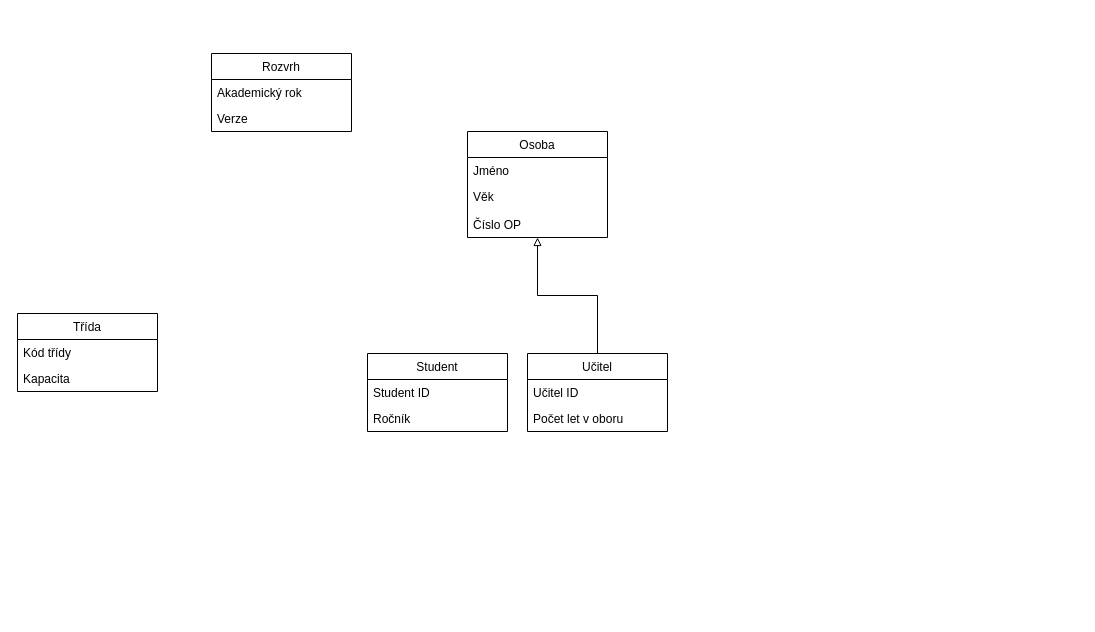
This is HW1/Diagram bez názvu.drawio from Cross-bit/NPRG036, a draw.io file, before an edit. Source tidied: cells renumbered, new cells numbered last; positions are measured from the earlier drawing's top-left corner, leaving out a move shared by most shapes. Both pictures are drawn from the tidied source at 100%, with x=0, y=0 at pixel (17, 53).
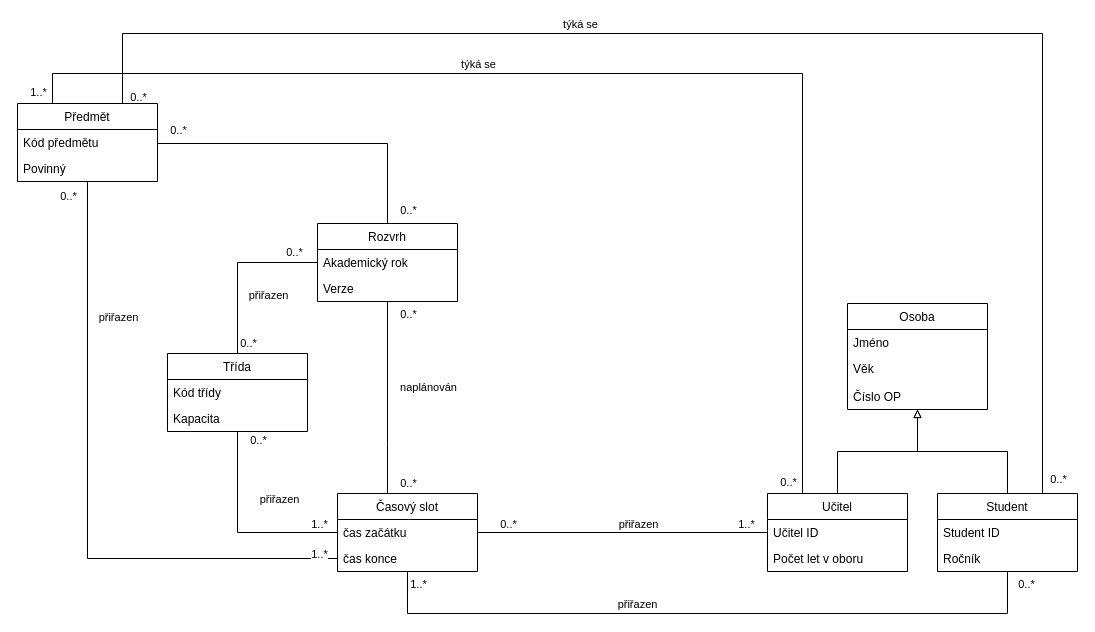
The same diagram, later.

The change refers to these unchanged cells:
```xml
<mxCell id="3" value="Akademický rok" style="text;strokeColor=none;fillColor=none;align=left;verticalAlign=top;spacingLeft=4;spacingRight=4;overflow=hidden;points=[[0,0.5],[1,0.5]];portConstraint=eastwest;" parent="2" vertex="1">
  <mxGeometry y="26" width="140" height="26" as="geometry" />
</mxCell>
```

Diff of the diagram source:
```diff
@@
+    <mxCell id="19" style="edgeStyle=orthogonalEdgeStyle;rounded=0;jettySize=auto;html=1;exitX=0.5;exitY=0;exitDx=0;exitDy=0;endArrow=none;endFill=0;" parent="1" edge="1" source="2" target="39">
+      <mxGeometry relative="1" as="geometry">
+        <Array as="points">
+          <mxPoint x="370" y="90" />
+        </Array>
+      </mxGeometry>
+    </mxCell>
+    <mxCell id="20" value="0..*" style="edgeLabel;html=1;align=center;verticalAlign=middle;" parent="19" vertex="1">
+      <mxGeometry x="0.85" y="-1" relative="1" as="geometry">
+        <mxPoint x="-3" y="-13" as="offset" />
+      </mxGeometry>
+    </mxCell>
+    <mxCell id="21" value="0..*" style="edgeLabel;html=1;align=center;verticalAlign=middle;" parent="19" vertex="1">
+      <mxGeometry x="-0.91" y="2" relative="1" as="geometry">
+        <mxPoint x="22" as="offset" />
+      </mxGeometry>
+    </mxCell>
     <mxCell id="2" value="Rozvrh" style="swimlane;fontStyle=0;horizontal=1;startSize=26;fillColor=none;" parent="1" vertex="1">
-      <mxGeometry x="194" width="140" height="78" as="geometry" />
+      <mxGeometry x="300" y="170" width="140" height="78" as="geometry" />
     </mxCell>
@@
     <mxCell id="5" value="Třída" style="swimlane;fontStyle=0;horizontal=1;startSize=26;fillColor=none;" parent="1" vertex="1">
-      <mxGeometry y="260" width="140" height="78" as="geometry" />
+      <mxGeometry x="150" y="300" width="140" height="78" as="geometry" />
     </mxCell>
@@
     <mxCell id="8" value="Osoba" style="swimlane;fontStyle=0;horizontal=1;startSize=26;fillColor=none;" parent="1" vertex="1">
-      <mxGeometry x="450" y="78" width="140" height="106" as="geometry" />
+      <mxGeometry x="830" y="250" width="140" height="106" as="geometry" />
     </mxCell>
@@
+    <mxCell id="22" style="edgeStyle=orthogonalEdgeStyle;rounded=0;jettySize=auto;html=1;exitX=0.5;exitY=0;exitDx=0;exitDy=0;endArrow=block;endFill=0;" parent="1" edge="1" source="12" target="8">
+      <mxGeometry relative="1" as="geometry" />
+    </mxCell>
+    <mxCell id="23" style="edgeStyle=orthogonalEdgeStyle;rounded=0;jettySize=auto;html=1;endArrow=none;endFill=0;" parent="1" edge="1" source="12" target="50">
+      <mxGeometry relative="1" as="geometry">
+        <Array as="points">
+          <mxPoint x="990" y="560" />
+          <mxPoint x="390" y="560" />
+        </Array>
+      </mxGeometry>
+    </mxCell>
+    <mxCell id="24" value="přiřazen" style="edgeLabel;html=1;align=center;verticalAlign=middle;" parent="23" vertex="1">
+      <mxGeometry x="0.22" y="1" relative="1" as="geometry">
+        <mxPoint x="4" y="-11" as="offset" />
+      </mxGeometry>
+    </mxCell>
+    <mxCell id="25" value="1..*" style="edgeLabel;html=1;align=center;verticalAlign=middle;" parent="23" vertex="1">
+      <mxGeometry x="0.86" y="5" relative="1" as="geometry">
+        <mxPoint x="4" y="-35" as="offset" />
+      </mxGeometry>
+    </mxCell>
+    <mxCell id="26" value="0..*" style="edgeLabel;html=1;align=center;verticalAlign=middle;" parent="23" vertex="1">
+      <mxGeometry x="-0.63" y="1" relative="1" as="geometry">
+        <mxPoint x="103" y="-31" as="offset" />
+      </mxGeometry>
+    </mxCell>
+    <mxCell id="27" style="edgeStyle=orthogonalEdgeStyle;rounded=0;jettySize=auto;html=1;exitX=0.75;exitY=0;exitDx=0;exitDy=0;entryX=0.75;entryY=0;entryDx=0;entryDy=0;endArrow=none;endFill=0;" parent="1" edge="1" source="12" target="39">
+      <mxGeometry relative="1" as="geometry">
+        <Array as="points">
+          <mxPoint x="1025" y="-20" />
+          <mxPoint x="105" y="-20" />
+        </Array>
+      </mxGeometry>
+    </mxCell>
+    <mxCell id="28" value="týká se" style="edgeLabel;html=1;align=center;verticalAlign=middle;" parent="27" vertex="1">
+      <mxGeometry x="0.28" y="-1" relative="1" as="geometry">
+        <mxPoint x="5" y="-9" as="offset" />
+      </mxGeometry>
+    </mxCell>
+    <mxCell id="29" value="0..*" style="edgeLabel;html=1;align=center;verticalAlign=middle;" parent="27" vertex="1">
+      <mxGeometry x="0.98" y="2" relative="1" as="geometry">
+        <mxPoint x="13" y="7" as="offset" />
+      </mxGeometry>
+    </mxCell>
+    <mxCell id="30" value="0..*" style="edgeLabel;html=1;align=center;verticalAlign=middle;" parent="27" vertex="1">
+      <mxGeometry x="-0.98" y="-2" relative="1" as="geometry">
+        <mxPoint x="13" as="offset" />
+      </mxGeometry>
+    </mxCell>
     <mxCell id="12" value="Student" style="swimlane;fontStyle=0;horizontal=1;startSize=26;fillColor=none;" parent="1" vertex="1">
-      <mxGeometry x="350" y="300" width="140" height="78" as="geometry" />
+      <mxGeometry x="920" y="440" width="140" height="78" as="geometry" />
     </mxCell>
@@
-    <mxCell id="15" style="edgeStyle=orthogonalEdgeStyle;rounded=0;jettySize=auto;html=1;exitX=0.5;exitY=0;exitDx=0;exitDy=0;endArrow=block;endFill=0;" parent="1" edge="1" source="16" target="8">
+    <mxCell id="15" style="edgeStyle=orthogonalEdgeStyle;rounded=0;jettySize=auto;html=1;endArrow=block;endFill=0;" parent="1" edge="1" source="16" target="8">
       <mxGeometry relative="1" as="geometry" />
     </mxCell>
+    <mxCell id="31" style="edgeStyle=orthogonalEdgeStyle;rounded=0;jettySize=auto;html=1;endArrow=none;endFill=0;" parent="1" edge="1" source="16" target="50">
+      <mxGeometry relative="1" as="geometry" />
+    </mxCell>
+    <mxCell id="32" value="0..*" style="edgeLabel;html=1;align=center;verticalAlign=middle;" parent="31" vertex="1">
+      <mxGeometry x="0.72" y="2" relative="1" as="geometry">
+        <mxPoint x="-11" y="-11" as="offset" />
+      </mxGeometry>
+    </mxCell>
+    <mxCell id="33" value="1..*" style="edgeLabel;html=1;align=center;verticalAlign=middle;" parent="31" vertex="1">
+      <mxGeometry x="-0.85" relative="1" as="geometry">
+        <mxPoint y="-9" as="offset" />
+      </mxGeometry>
+    </mxCell>
+    <mxCell id="34" value="přiřazen" style="edgeLabel;html=1;align=center;verticalAlign=middle;" parent="31" vertex="1">
+      <mxGeometry x="-0.14" relative="1" as="geometry">
+        <mxPoint x="-5" y="-9" as="offset" />
+      </mxGeometry>
+    </mxCell>
+    <mxCell id="35" style="edgeStyle=orthogonalEdgeStyle;rounded=0;jettySize=auto;html=1;exitX=0.25;exitY=0;exitDx=0;exitDy=0;entryX=0.25;entryY=0;entryDx=0;entryDy=0;endArrow=none;endFill=0;" parent="1" edge="1" source="16" target="39">
+      <mxGeometry relative="1" as="geometry">
+        <Array as="points">
+          <mxPoint x="785" y="20" />
+          <mxPoint x="35" y="20" />
+        </Array>
+      </mxGeometry>
+    </mxCell>
+    <mxCell id="36" value="týká se" style="edgeLabel;html=1;align=center;verticalAlign=middle;" parent="35" vertex="1">
+      <mxGeometry x="0.76" y="-3" relative="1" as="geometry">
+        <mxPoint x="311" y="-7" as="offset" />
+      </mxGeometry>
+    </mxCell>
+    <mxCell id="37" value="1..*" style="edgeLabel;html=1;align=center;verticalAlign=middle;" parent="35" vertex="1">
+      <mxGeometry x="0.95" y="-2" relative="1" as="geometry">
+        <mxPoint x="-13" y="18" as="offset" />
+      </mxGeometry>
+    </mxCell>
+    <mxCell id="38" value="0..*" style="edgeLabel;html=1;align=center;verticalAlign=middle;" parent="35" vertex="1">
+      <mxGeometry x="-0.98" y="3" relative="1" as="geometry">
+        <mxPoint x="-12" as="offset" />
+      </mxGeometry>
+    </mxCell>
     <mxCell id="16" value="Učitel" style="swimlane;fontStyle=0;horizontal=1;startSize=26;fillColor=none;" parent="1" vertex="1">
-      <mxGeometry x="510" y="300" width="140" height="78" as="geometry" />
+      <mxGeometry x="750" y="440" width="140" height="78" as="geometry" />
     </mxCell>
@@
+    <mxCell id="39" value="Předmět" style="swimlane;fontStyle=0;horizontal=1;startSize=26;fillColor=none;" parent="1" vertex="1">
+      <mxGeometry y="50" width="140" height="78" as="geometry" />
+    </mxCell>
+    <mxCell id="40" value="Kód předmětu" style="text;strokeColor=none;fillColor=none;align=left;verticalAlign=top;spacingLeft=4;spacingRight=4;overflow=hidden;" parent="39" vertex="1">
+      <mxGeometry y="26" width="140" height="26" as="geometry" />
+    </mxCell>
+    <mxCell id="41" value="Povinný" style="text;strokeColor=none;fillColor=none;align=left;verticalAlign=top;spacingLeft=4;spacingRight=4;overflow=hidden;" parent="39" vertex="1">
+      <mxGeometry y="52" width="140" height="26" as="geometry" />
+    </mxCell>
+    <mxCell id="42" style="edgeStyle=orthogonalEdgeStyle;rounded=0;jettySize=auto;html=1;endArrow=none;endFill=0;exitX=0;exitY=0.5;exitDx=0;exitDy=0;" parent="1" edge="1" source="52" target="39">
+      <mxGeometry relative="1" as="geometry" />
+    </mxCell>
+    <mxCell id="43" value="0..*" style="edgeLabel;html=1;align=center;verticalAlign=middle;" parent="42" vertex="1">
+      <mxGeometry x="0.95" y="1" relative="1" as="geometry">
+        <mxPoint x="-19" y="-2" as="offset" />
+      </mxGeometry>
+    </mxCell>
+    <mxCell id="44" value="1..*" style="edgeLabel;html=1;align=center;verticalAlign=middle;" parent="42" vertex="1">
+      <mxGeometry x="-0.94" y="-2" relative="1" as="geometry">
+        <mxPoint y="-3" as="offset" />
+      </mxGeometry>
+    </mxCell>
+    <mxCell id="45" value="přiřazen" style="edgeLabel;html=1;align=center;verticalAlign=middle;" parent="42" vertex="1">
+      <mxGeometry x="0.57" y="1" relative="1" as="geometry">
+        <mxPoint x="31" as="offset" />
+      </mxGeometry>
+    </mxCell>
+    <mxCell id="46" style="edgeStyle=orthogonalEdgeStyle;rounded=0;jettySize=auto;html=1;endArrow=none;endFill=0;" parent="1" edge="1" source="50" target="2">
+      <mxGeometry relative="1" as="geometry">
+        <Array as="points">
+          <mxPoint x="370" y="390" />
+          <mxPoint x="370" y="390" />
+        </Array>
+      </mxGeometry>
+    </mxCell>
+    <mxCell id="47" value="0..*" style="edgeLabel;html=1;align=center;verticalAlign=middle;" parent="46" vertex="1">
+      <mxGeometry x="0.88" y="1" relative="1" as="geometry">
+        <mxPoint x="21" as="offset" />
+      </mxGeometry>
+    </mxCell>
+    <mxCell id="48" value="0..*" style="edgeLabel;html=1;align=center;verticalAlign=middle;" parent="46" vertex="1">
+      <mxGeometry x="-0.89" y="1" relative="1" as="geometry">
+        <mxPoint x="21" as="offset" />
+      </mxGeometry>
+    </mxCell>
+    <mxCell id="49" value="naplánován" style="edgeLabel;html=1;align=center;verticalAlign=middle;" parent="46" vertex="1">
+      <mxGeometry x="0.11" relative="1" as="geometry">
+        <mxPoint x="40" as="offset" />
+      </mxGeometry>
+    </mxCell>
+    <mxCell id="50" value="Časový slot" style="swimlane;fontStyle=0;horizontal=1;startSize=26;fillColor=none;" parent="1" vertex="1">
+      <mxGeometry x="320" y="440" width="140" height="78" as="geometry" />
+    </mxCell>
+    <mxCell id="51" value="čas začátku" style="text;strokeColor=none;fillColor=none;align=left;verticalAlign=top;spacingLeft=4;spacingRight=4;overflow=hidden;points=[[0,0.5],[1,0.5]];portConstraint=eastwest;" parent="50" vertex="1">
+      <mxGeometry y="26" width="140" height="26" as="geometry" />
+    </mxCell>
+    <mxCell id="52" value="čas konce" style="text;strokeColor=none;fillColor=none;align=left;verticalAlign=top;spacingLeft=4;spacingRight=4;overflow=hidden;points=[[0,0.5],[1,0.5]];portConstraint=eastwest;" parent="50" vertex="1">
+      <mxGeometry y="52" width="140" height="26" as="geometry" />
+    </mxCell>
+    <mxCell id="53" style="edgeStyle=orthogonalEdgeStyle;rounded=0;jettySize=auto;html=1;endArrow=none;endFill=0;" parent="1" edge="1" source="51" target="5">
+      <mxGeometry relative="1" as="geometry" />
+    </mxCell>
+    <mxCell id="54" value="1..*" style="edgeLabel;html=1;align=center;verticalAlign=middle;" parent="53" vertex="1">
+      <mxGeometry x="-0.55" y="1" relative="1" as="geometry">
+        <mxPoint x="26" y="-10" as="offset" />
+      </mxGeometry>
+    </mxCell>
+    <mxCell id="55" value="0..*" style="edgeLabel;html=1;align=center;verticalAlign=middle;" parent="53" vertex="1">
+      <mxGeometry x="0.92" y="-3" relative="1" as="geometry">
+        <mxPoint x="17" as="offset" />
+      </mxGeometry>
+    </mxCell>
+    <mxCell id="56" value="přiřazen" style="edgeLabel;html=1;align=center;verticalAlign=middle;" parent="53" vertex="1">
+      <mxGeometry x="0.13" y="1" relative="1" as="geometry">
+        <mxPoint x="42" y="-20" as="offset" />
+      </mxGeometry>
+    </mxCell>
+    <mxCell id="57" style="edgeStyle=orthogonalEdgeStyle;rounded=0;jettySize=auto;html=1;entryX=0.5;entryY=0;entryDx=0;entryDy=0;endArrow=none;endFill=0;" parent="1" edge="1" source="3" target="5">
+      <mxGeometry relative="1" as="geometry" />
+    </mxCell>
+    <mxCell id="58" value="0..*" style="edgeLabel;html=1;align=center;verticalAlign=middle;" parent="57" vertex="1">
+      <mxGeometry x="-0.21" y="-2" relative="1" as="geometry">
+        <mxPoint x="44" y="-9" as="offset" />
+      </mxGeometry>
+    </mxCell>
+    <mxCell id="59" value="0..*" style="edgeLabel;html=1;align=center;verticalAlign=middle;" parent="57" vertex="1">
+      <mxGeometry x="0.74" y="1" relative="1" as="geometry">
+        <mxPoint x="9" y="11" as="offset" />
+      </mxGeometry>
+    </mxCell>
+    <mxCell id="60" value="přiřazen" style="edgeLabel;html=1;align=center;verticalAlign=middle;" parent="57" vertex="1">
+      <mxGeometry x="0.31" y="1" relative="1" as="geometry">
+        <mxPoint x="29" as="offset" />
+      </mxGeometry>
+    </mxCell>
```
